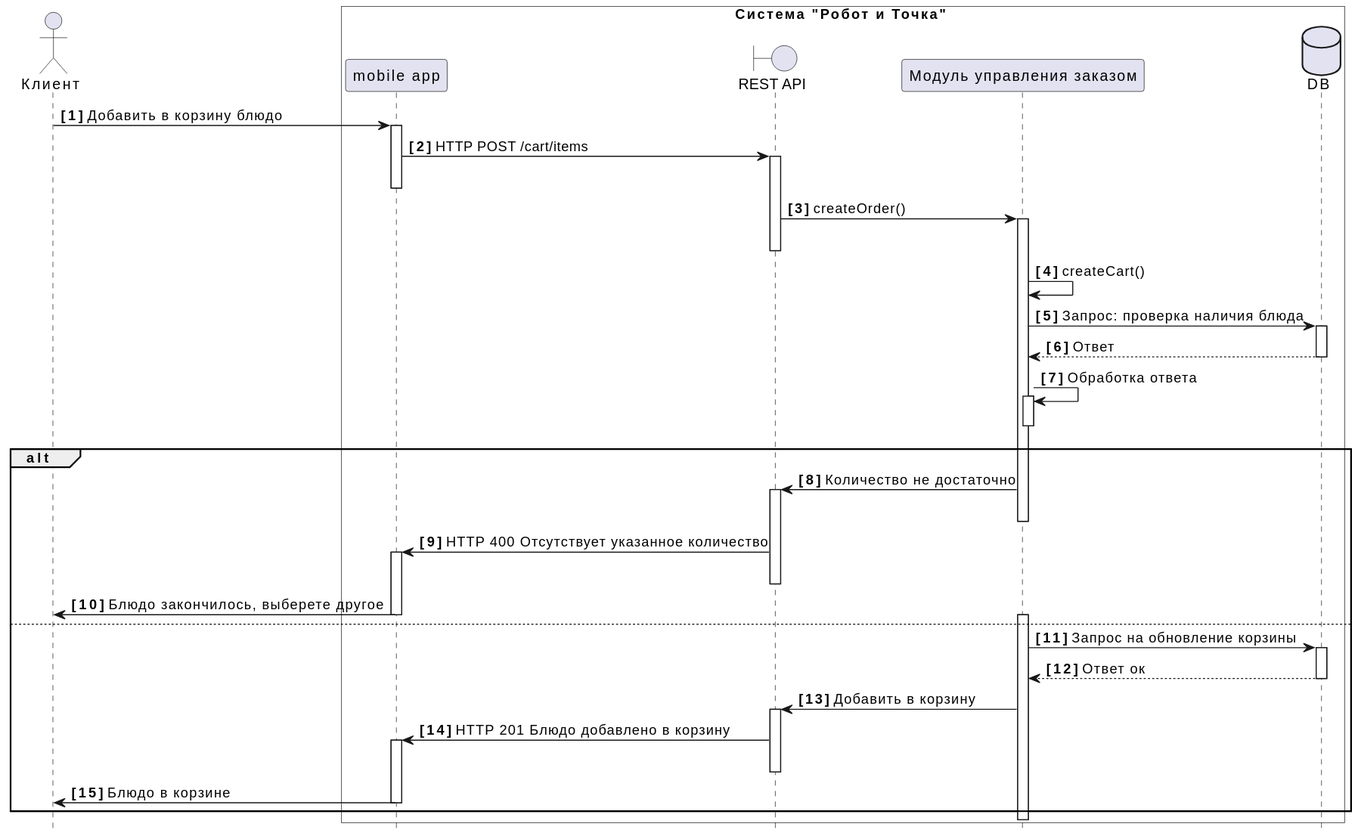
Above: docs/diagrams/out/UseCase-4.svg in RusHydra/robot (PlantUML), before the change.
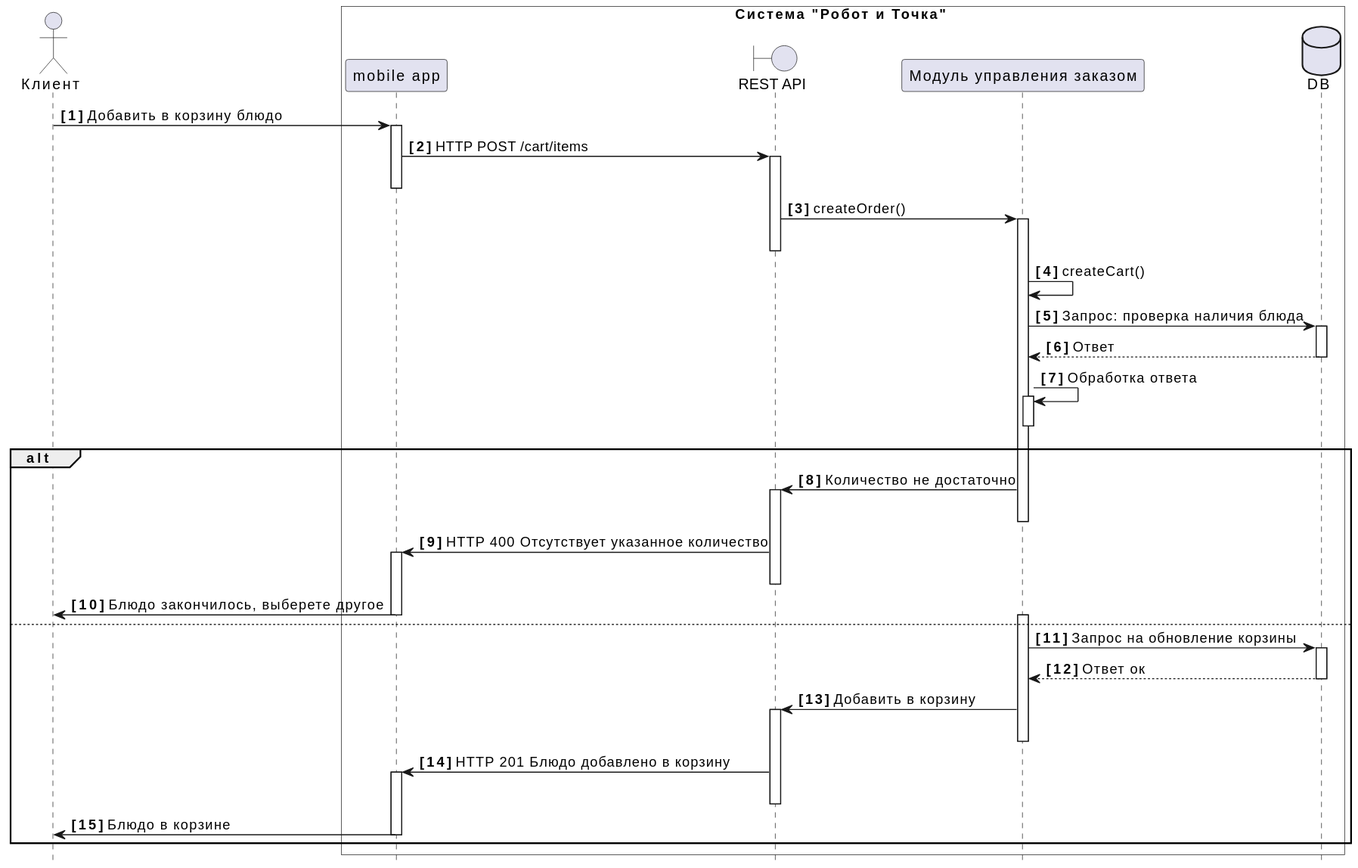
The same file after the commit.

Change to the diagram source:
```diff
@@ -32,6 +32,7 @@
 order -> db++: Запрос на обновление корзины
 return Ответ ок
 order -> api++: Добавить в корзину
+order--
 api -> app++: HTTP 201 Блюдо добавлено в корзину
 api--
 app -> client: Блюдо в корзине
```
